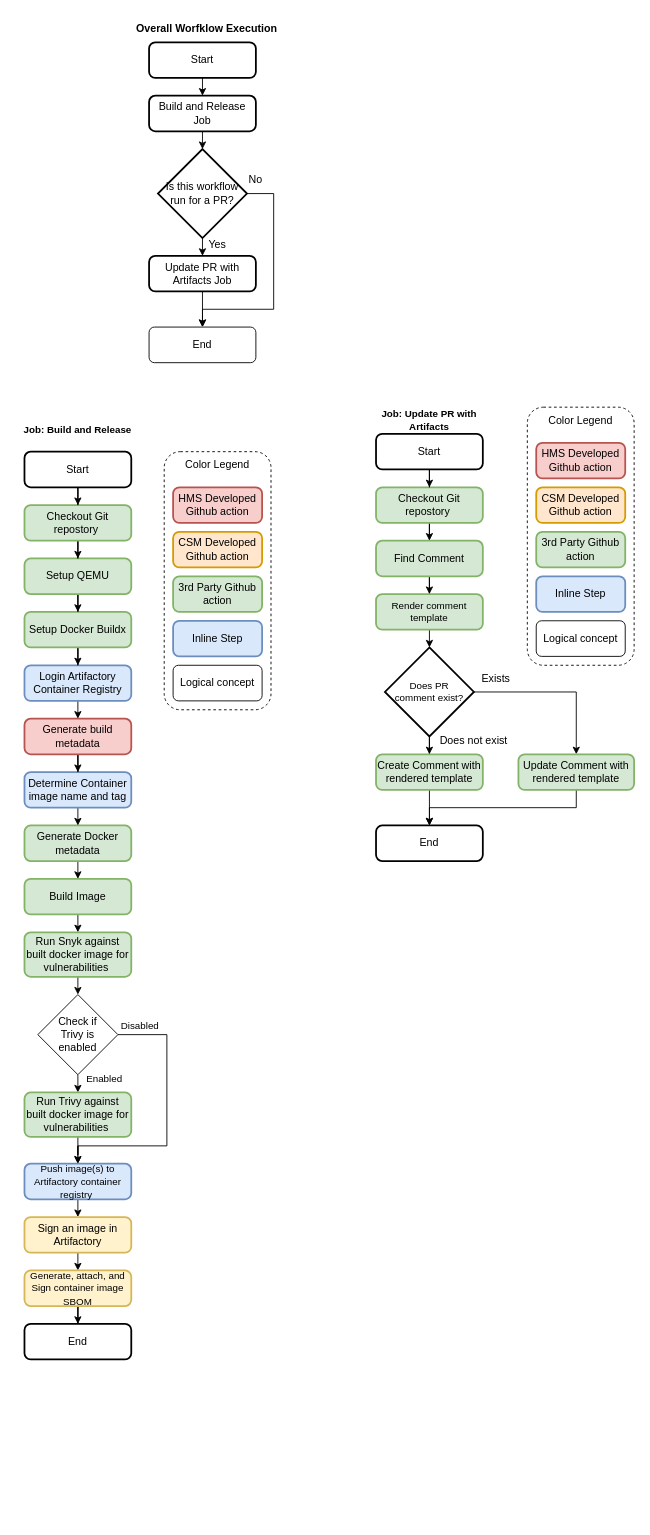
This is docs/build_and_release_image/build_and_release_image.drawio from Cray-HPE/hms-build-image-workflows, a draw.io file, before an edit. Source tidied: cells renumbered, new cells numbered last; positions are measured from the earlier drawing's top-left corner, leaving out a move shared by most shapes. Both pictures are drawn from the tidied source at 89%, with x=0, y=0 at pixel (15, 15).
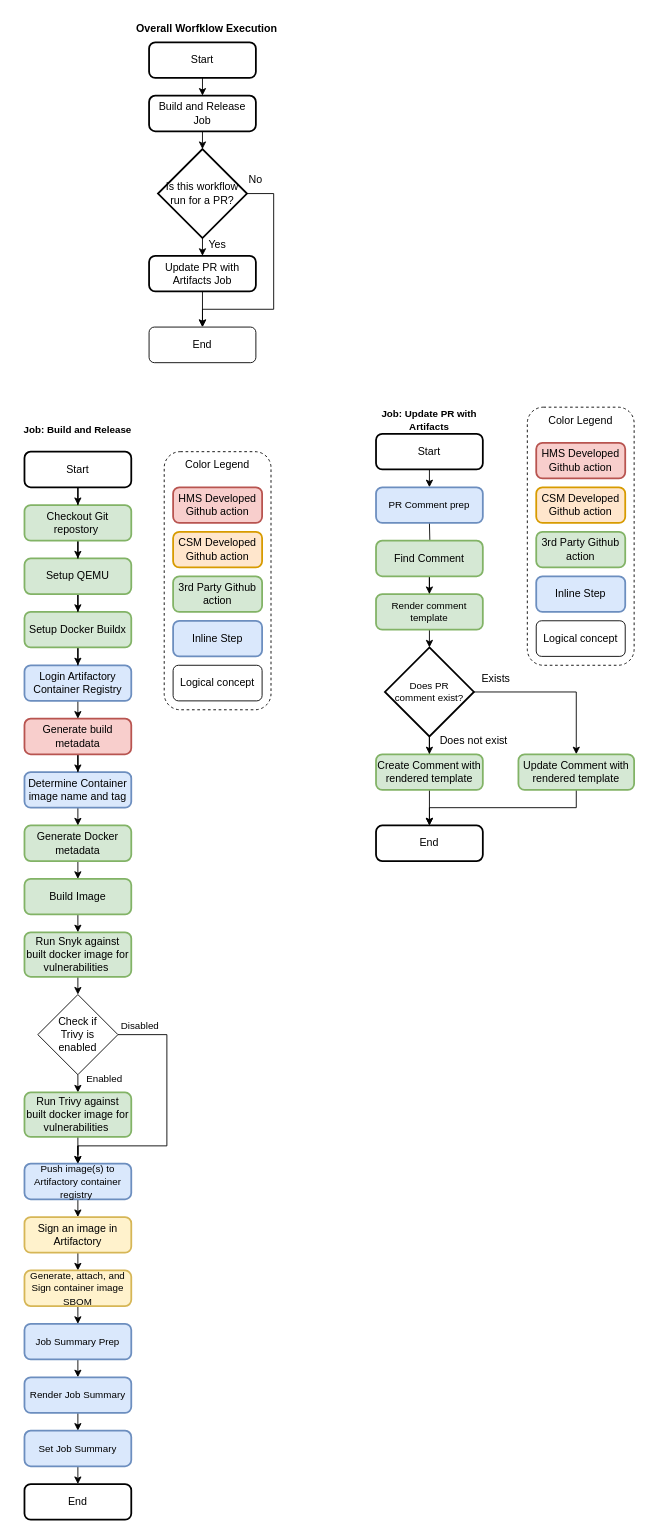
After the change.

Unchanged cells that the change refers to:
```xml
<mxCell id="32" value="&lt;font style=&quot;font-size: 11px&quot;&gt;Generate, attach, and Sign container image SBOM&lt;/font&gt;" style="rounded=1;whiteSpace=wrap;html=1;absoluteArcSize=1;arcSize=14;strokeWidth=2;fillColor=#fff2cc;strokeColor=#d6b656;" parent="1" vertex="1">
  <mxGeometry x="10" y="1410" width="120" height="40" as="geometry" />
</mxCell>
<mxCell id="40" value="Start" style="rounded=1;whiteSpace=wrap;html=1;absoluteArcSize=1;arcSize=14;strokeWidth=2;" parent="1" vertex="1">
  <mxGeometry x="405" y="470" width="120" height="40" as="geometry" />
</mxCell>
<mxCell id="42" value="&lt;span&gt;Find Comment&lt;/span&gt;" style="rounded=1;whiteSpace=wrap;html=1;absoluteArcSize=1;arcSize=14;strokeWidth=2;fillColor=#d5e8d4;strokeColor=#82b366;" parent="1" vertex="1">
  <mxGeometry x="405" y="590" width="120" height="40" as="geometry" />
</mxCell>
```

What changed in the source:
```diff
@@
-    <mxCell id="31" style="edgeStyle=orthogonalEdgeStyle;rounded=0;jettySize=auto;html=1;exitX=0.5;exitY=1;exitDx=0;exitDy=0;fontSize=12;" parent="1" edge="1" source="32" target="52">
-      <mxGeometry relative="1" as="geometry" />
-    </mxCell>
+    <mxCell id="83" style="edgeStyle=orthogonalEdgeStyle;rounded=0;jettySize=auto;html=1;exitX=0.5;exitY=1;exitDx=0;exitDy=0;entryX=0.5;entryY=0;entryDx=0;entryDy=0;" parent="1" edge="1" source="32" target="85">
+      <mxGeometry relative="1" as="geometry" />
+    </mxCell>
@@
-    <mxCell id="37" style="edgeStyle=orthogonalEdgeStyle;rounded=0;jettySize=auto;html=1;exitX=0.5;exitY=1;exitDx=0;exitDy=0;fontSize=12;" parent="1" edge="1" source="38" target="42">
-      <mxGeometry relative="1" as="geometry" />
+    <mxCell id="37" style="edgeStyle=orthogonalEdgeStyle;rounded=0;jettySize=auto;html=1;exitX=0.5;exitY=1;exitDx=0;exitDy=0;fontSize=12;" parent="1" edge="1" target="42">
+      <mxGeometry relative="1" as="geometry">
+        <mxPoint x="465" y="570" as="sourcePoint" />
+      </mxGeometry>
     </mxCell>
-    <mxCell id="38" value="&lt;span&gt;Checkout Git repostory&amp;nbsp;&lt;/span&gt;" style="rounded=1;whiteSpace=wrap;html=1;absoluteArcSize=1;arcSize=14;strokeWidth=2;fillColor=#d5e8d4;strokeColor=#82b366;" parent="1" vertex="1">
-      <mxGeometry x="405" y="530" width="120" height="40" as="geometry" />
-    </mxCell>
-    <mxCell id="39" style="edgeStyle=orthogonalEdgeStyle;rounded=0;jettySize=auto;html=1;exitX=0.5;exitY=1;exitDx=0;exitDy=0;fontSize=11;" parent="1" edge="1" source="40" target="38">
-      <mxGeometry relative="1" as="geometry" />
+    <mxCell id="39" style="edgeStyle=orthogonalEdgeStyle;rounded=0;jettySize=auto;html=1;exitX=0.5;exitY=1;exitDx=0;exitDy=0;fontSize=11;" parent="1" edge="1" source="40">
+      <mxGeometry relative="1" as="geometry">
+        <mxPoint x="465" y="530" as="targetPoint" />
+      </mxGeometry>
     </mxCell>
@@
     <mxCell id="52" value="End" style="rounded=1;whiteSpace=wrap;html=1;absoluteArcSize=1;arcSize=14;strokeWidth=2;" parent="1" vertex="1">
-      <mxGeometry x="10" y="1470" width="120" height="40" as="geometry" />
+      <mxGeometry x="10" y="1650" width="120" height="40" as="geometry" />
     </mxCell>
@@
+    <mxCell id="84" style="edgeStyle=orthogonalEdgeStyle;rounded=0;jettySize=auto;html=1;exitX=0.5;exitY=1;exitDx=0;exitDy=0;entryX=0.5;entryY=0;entryDx=0;entryDy=0;" parent="1" edge="1" source="85" target="87">
+      <mxGeometry relative="1" as="geometry" />
+    </mxCell>
+    <mxCell id="85" value="&lt;font style=&quot;font-size: 11px&quot;&gt;Job Summary Prep&lt;/font&gt;" style="rounded=1;whiteSpace=wrap;html=1;absoluteArcSize=1;arcSize=14;strokeWidth=2;fillColor=#dae8fc;strokeColor=#6c8ebf;" parent="1" vertex="1">
+      <mxGeometry x="10" y="1470" width="120" height="40" as="geometry" />
+    </mxCell>
+    <mxCell id="86" style="edgeStyle=orthogonalEdgeStyle;rounded=0;jettySize=auto;html=1;exitX=0.5;exitY=1;exitDx=0;exitDy=0;entryX=0.5;entryY=0;entryDx=0;entryDy=0;" parent="1" edge="1" source="87" target="89">
+      <mxGeometry relative="1" as="geometry" />
+    </mxCell>
+    <mxCell id="87" value="&lt;font style=&quot;font-size: 11px&quot;&gt;Render Job Summary&lt;/font&gt;" style="rounded=1;whiteSpace=wrap;html=1;absoluteArcSize=1;arcSize=14;strokeWidth=2;fillColor=#dae8fc;strokeColor=#6c8ebf;" parent="1" vertex="1">
+      <mxGeometry x="10" y="1530" width="120" height="40" as="geometry" />
+    </mxCell>
+    <mxCell id="88" style="edgeStyle=orthogonalEdgeStyle;rounded=0;jettySize=auto;html=1;exitX=0.5;exitY=1;exitDx=0;exitDy=0;entryX=0.5;entryY=0;entryDx=0;entryDy=0;" parent="1" edge="1" source="89" target="52">
+      <mxGeometry relative="1" as="geometry" />
+    </mxCell>
+    <mxCell id="89" value="&lt;font style=&quot;font-size: 11px&quot;&gt;Set Job Summary&lt;/font&gt;" style="rounded=1;whiteSpace=wrap;html=1;absoluteArcSize=1;arcSize=14;strokeWidth=2;fillColor=#dae8fc;strokeColor=#6c8ebf;" parent="1" vertex="1">
+      <mxGeometry x="10" y="1590" width="120" height="40" as="geometry" />
+    </mxCell>
+    <mxCell id="90" value="&lt;font style=&quot;font-size: 11px&quot;&gt;PR Comment prep&lt;/font&gt;" style="rounded=1;whiteSpace=wrap;html=1;absoluteArcSize=1;arcSize=14;strokeWidth=2;fillColor=#dae8fc;strokeColor=#6c8ebf;" parent="1" vertex="1">
+      <mxGeometry x="405" y="530" width="120" height="40" as="geometry" />
+    </mxCell>
```
